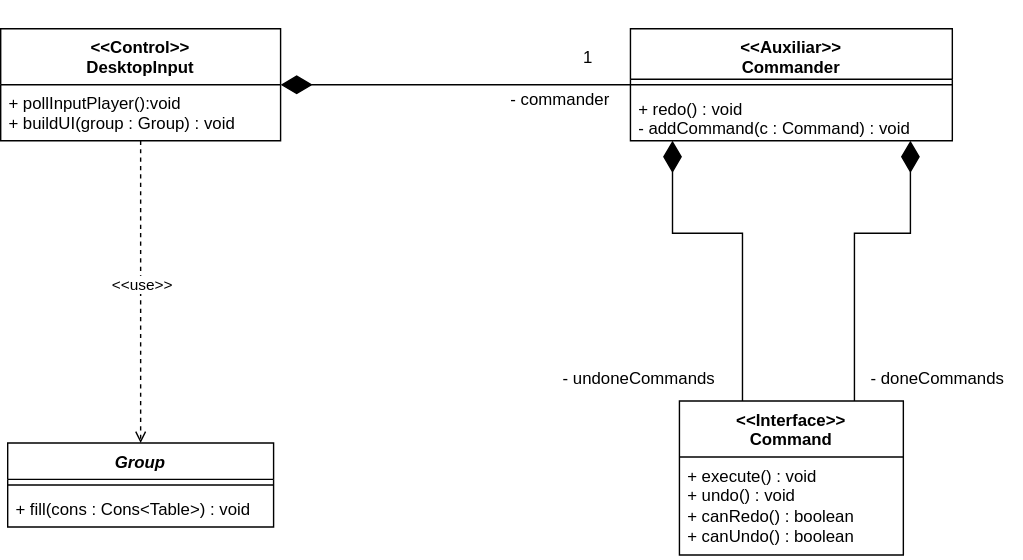
Before: SE202526/Milestone3/UserStory1/Assets/RedoClass.drawio.svg, a diagram exported from draw.io (gabits17/Mindustry-Add-ons-SE-Project). Source tidied: cells renumbered, new cells last; positions are measured from the earlier drawing's top-left corner, leaving out a move shared by most shapes.
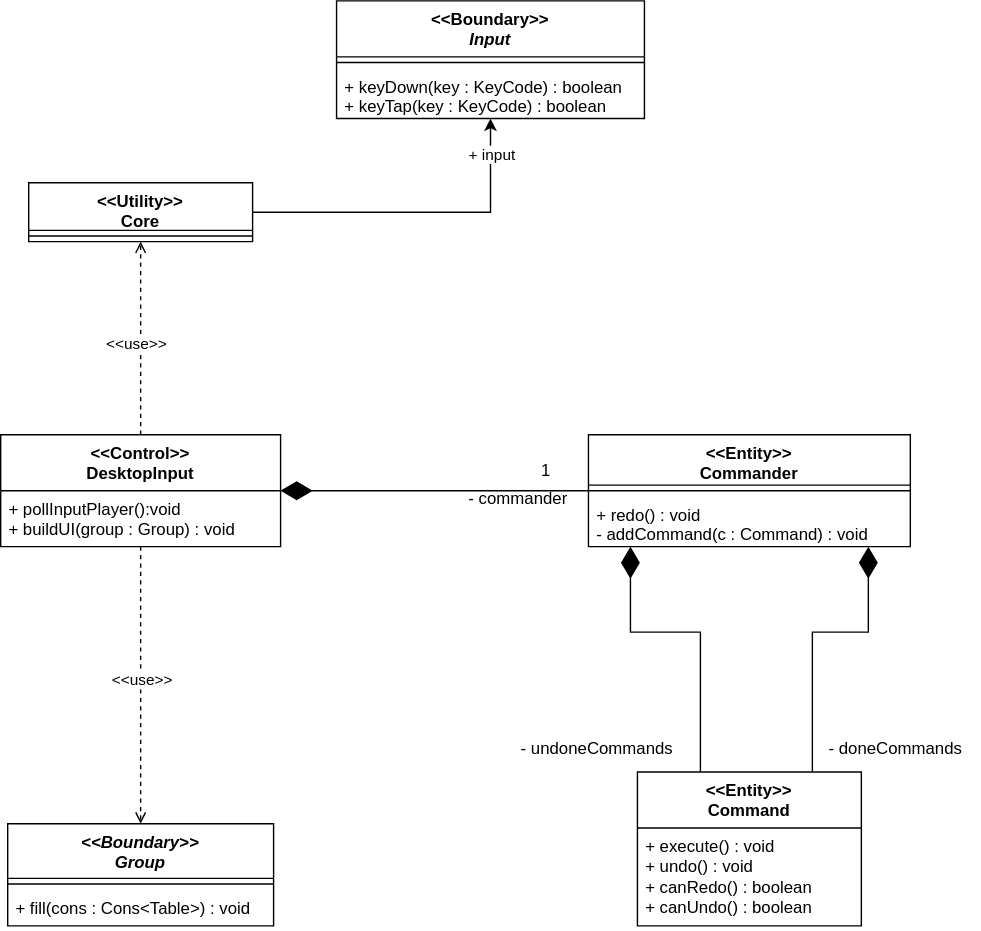
After the change.

Commit message:
All the class diagrams where changed based on the feedback given by the professor

Change to the diagram source:
```diff
@@ -2,77 +2,103 @@
   <root>
     <mxCell id="0" />
     <mxCell id="1" parent="0" />
-    <mxCell id="2" style="edgeStyle=orthogonalEdgeStyle;rounded=0;jettySize=auto;html=1;dashed=1;endArrow=open;endFill=0;" parent="1" edge="1" source="4" target="18">
-      <mxGeometry relative="1" as="geometry" />
-    </mxCell>
-    <mxCell id="3" value="&amp;lt;&amp;lt;use&amp;gt;&amp;gt;" style="edgeLabel;html=1;align=center;verticalAlign=middle;" parent="2" vertex="1">
-      <mxGeometry x="-0.05" y="2" relative="1" as="geometry">
-        <mxPoint x="-2" as="offset" />
-      </mxGeometry>
-    </mxCell>
-    <mxCell id="4" value="&lt;div&gt;&amp;lt;&amp;lt;Control&amp;gt;&amp;gt;&lt;/div&gt;&lt;div&gt;DesktopInput&lt;/div&gt;" style="swimlane;fontStyle=1;align=center;verticalAlign=top;horizontal=1;startSize=40;whiteSpace=wrap;html=1;" parent="1" vertex="1">
-      <mxGeometry y="20" width="200" height="80" as="geometry" />
-    </mxCell>
-    <mxCell id="5" value="&lt;div&gt;+ pollInputPlayer():void&lt;/div&gt;&lt;div&gt;+ buildUI(group : Group) : void&lt;/div&gt;" style="text;strokeColor=none;fillColor=none;align=left;verticalAlign=top;spacingLeft=4;spacingRight=4;overflow=hidden;whiteSpace=wrap;html=1;" parent="4" vertex="1">
-      <mxGeometry y="40" width="200" height="40" as="geometry" />
-    </mxCell>
-    <mxCell id="6" style="edgeStyle=orthogonalEdgeStyle;rounded=0;jettySize=auto;html=1;endArrow=diamondThin;endFill=1;endSize=20;" parent="1" edge="1" source="7" target="4">
-      <mxGeometry relative="1" as="geometry" />
-    </mxCell>
-    <mxCell id="7" value="&lt;div&gt;&amp;lt;&amp;lt;Auxiliar&amp;gt;&amp;gt;&lt;/div&gt;&lt;div&gt;Commander&lt;/div&gt;" style="swimlane;fontStyle=1;align=center;verticalAlign=top;horizontal=1;startSize=36;whiteSpace=wrap;html=1;" parent="1" vertex="1">
-      <mxGeometry x="450" y="20" width="230" height="80" as="geometry" />
-    </mxCell>
+    <mxCell id="22" style="edgeStyle=orthogonalEdgeStyle;rounded=0;jettySize=auto;html=1;endArrow=diamondThin;endFill=1;endSize=20;" parent="1" edge="1" source="23" target="4">
+      <mxGeometry relative="1" as="geometry" />
+    </mxCell>
+    <mxCell id="23" value="&lt;div&gt;&amp;lt;&amp;lt;Entity&amp;gt;&amp;gt;&lt;/div&gt;&lt;div&gt;Commander&lt;/div&gt;" style="swimlane;fontStyle=1;align=center;verticalAlign=top;horizontal=1;startSize=36;whiteSpace=wrap;html=1;" parent="1" vertex="1">
+      <mxGeometry x="1250" y="230" width="230" height="80" as="geometry" />
+    </mxCell>
-    <mxCell id="8" style="line;strokeWidth=1;fillColor=none;align=left;verticalAlign=middle;spacingTop=-1;spacingLeft=3;spacingRight=3;labelPosition=right;strokeColor=inherit;" parent="7" vertex="1">
+    <mxCell id="8" style="line;strokeWidth=1;fillColor=none;align=left;verticalAlign=middle;spacingTop=-1;spacingLeft=3;spacingRight=3;labelPosition=right;strokeColor=inherit;" parent="23" vertex="1">
       <mxGeometry y="36" width="230" height="8" as="geometry" />
     </mxCell>
-    <mxCell id="9" value="&lt;div&gt;+ redo() : void&lt;/div&gt;&lt;div&gt;- addCommand(c : Command) : void&lt;/div&gt;" style="text;strokeColor=none;fillColor=none;align=left;verticalAlign=top;spacingLeft=4;spacingRight=4;overflow=hidden;whiteSpace=wrap;html=1;" parent="7" vertex="1">
+    <mxCell id="9" value="&lt;div&gt;+ redo() : void&lt;/div&gt;&lt;div&gt;- addCommand(c : Command) : void&lt;/div&gt;" style="text;strokeColor=none;fillColor=none;align=left;verticalAlign=top;spacingLeft=4;spacingRight=4;overflow=hidden;whiteSpace=wrap;html=1;" parent="23" vertex="1">
       <mxGeometry y="44" width="230" height="36" as="geometry" />
     </mxCell>
     <mxCell id="10" value="- commander" style="text;html=1;whiteSpace=wrap;strokeColor=none;fillColor=none;align=center;verticalAlign=middle;rounded=0;" parent="1" vertex="1">
-      <mxGeometry x="360" y="56" width="80" height="30" as="geometry" />
+      <mxGeometry x="1160" y="261" width="80" height="30" as="geometry" />
     </mxCell>
-    <mxCell id="11" style="edgeStyle=orthogonalEdgeStyle;rounded=0;jettySize=auto;html=1;endArrow=diamondThin;endFill=1;endSize=20;" parent="1" edge="1" source="13" target="7">
-      <mxGeometry relative="1" as="geometry">
-        <Array as="points">
-          <mxPoint x="530" y="166" />
-          <mxPoint x="480" y="166" />
-        </Array>
-      </mxGeometry>
-    </mxCell>
-    <mxCell id="12" style="edgeStyle=orthogonalEdgeStyle;rounded=0;jettySize=auto;html=1;endArrow=diamondThin;endFill=1;endSize=20;" parent="1" edge="1" source="13" target="7">
-      <mxGeometry relative="1" as="geometry">
-        <Array as="points">
-          <mxPoint x="610" y="166" />
-          <mxPoint x="650" y="166" />
-        </Array>
-      </mxGeometry>
-    </mxCell>
-    <mxCell id="13" value="&lt;div&gt;&amp;lt;&amp;lt;Interface&amp;gt;&amp;gt;&lt;/div&gt;&lt;div&gt;Command&lt;/div&gt;" style="swimlane;fontStyle=1;align=center;verticalAlign=top;horizontal=1;startSize=40;whiteSpace=wrap;html=1;" parent="1" vertex="1">
-      <mxGeometry x="485" y="286" width="160" height="110" as="geometry" />
-    </mxCell>
+    <mxCell id="24" style="edgeStyle=orthogonalEdgeStyle;rounded=0;jettySize=auto;html=1;endArrow=diamondThin;endFill=1;endSize=20;" parent="1" edge="1" source="26" target="23">
+      <mxGeometry relative="1" as="geometry">
+        <Array as="points">
+          <mxPoint x="1330" y="371" />
+          <mxPoint x="1280" y="371" />
+        </Array>
+      </mxGeometry>
+    </mxCell>
+    <mxCell id="25" style="edgeStyle=orthogonalEdgeStyle;rounded=0;jettySize=auto;html=1;endArrow=diamondThin;endFill=1;endSize=20;" parent="1" edge="1" source="26" target="23">
+      <mxGeometry relative="1" as="geometry">
+        <Array as="points">
+          <mxPoint x="1410" y="371" />
+          <mxPoint x="1450" y="371" />
+        </Array>
+      </mxGeometry>
+    </mxCell>
+    <mxCell id="26" value="&lt;div&gt;&amp;lt;&amp;lt;Entity&amp;gt;&amp;gt;&lt;/div&gt;&lt;div&gt;Command&lt;/div&gt;" style="swimlane;fontStyle=1;align=center;verticalAlign=top;horizontal=1;startSize=40;whiteSpace=wrap;html=1;" parent="1" vertex="1">
+      <mxGeometry x="1285" y="471" width="160" height="110" as="geometry" />
+    </mxCell>
-    <mxCell id="14" value="&lt;div&gt;+ execute() : void&lt;/div&gt;&lt;div&gt;+ undo() : void&lt;/div&gt;&lt;div&gt;+ canRedo() : boolean&lt;/div&gt;&lt;div&gt;+ canUndo() : boolean&lt;/div&gt;" style="text;strokeColor=none;fillColor=none;align=left;verticalAlign=top;spacingLeft=4;spacingRight=4;overflow=hidden;whiteSpace=wrap;html=1;" parent="13" vertex="1">
+    <mxCell id="14" value="&lt;div&gt;+ execute() : void&lt;/div&gt;&lt;div&gt;+ undo() : void&lt;/div&gt;&lt;div&gt;+ canRedo() : boolean&lt;/div&gt;&lt;div&gt;+ canUndo() : boolean&lt;/div&gt;" style="text;strokeColor=none;fillColor=none;align=left;verticalAlign=top;spacingLeft=4;spacingRight=4;overflow=hidden;whiteSpace=wrap;html=1;" parent="26" vertex="1">
       <mxGeometry y="40" width="160" height="70" as="geometry" />
     </mxCell>
     <mxCell id="15" value="- doneCommands" style="text;whiteSpace=wrap;html=1;" parent="1" vertex="1">
-      <mxGeometry x="620" y="256" width="110" height="30" as="geometry" />
+      <mxGeometry x="1420" y="441" width="110" height="30" as="geometry" />
     </mxCell>
     <mxCell id="16" value="- undoneCommands&amp;nbsp;" style="text;whiteSpace=wrap;html=1;" parent="1" vertex="1">
-      <mxGeometry x="400" y="256" width="120" height="30" as="geometry" />
+      <mxGeometry x="1200" y="441" width="120" height="30" as="geometry" />
     </mxCell>
-    <mxCell id="17" value="&amp;nbsp;" style="text;whiteSpace=wrap;html=1;" parent="1" vertex="1">
-      <mxGeometry x="30" width="40" height="40" as="geometry" />
-    </mxCell>
-    <mxCell id="18" value="&lt;i&gt;Group&lt;/i&gt;" style="swimlane;fontStyle=1;align=center;verticalAlign=top;horizontal=1;startSize=26;whiteSpace=wrap;html=1;" parent="1" vertex="1">
-      <mxGeometry x="5" y="316" width="190" height="60" as="geometry" />
-    </mxCell>
-    <mxCell id="19" style="line;strokeWidth=1;fillColor=none;align=left;verticalAlign=middle;spacingTop=-1;spacingLeft=3;spacingRight=3;labelPosition=right;strokeColor=inherit;" parent="18" vertex="1">
-      <mxGeometry y="26" width="190" height="8" as="geometry" />
-    </mxCell>
+    <mxCell id="27" style="edgeStyle=orthogonalEdgeStyle;rounded=0;jettySize=auto;html=1;dashed=1;endArrow=open;endFill=0;" parent="1" edge="1" source="4" target="29">
+      <mxGeometry relative="1" as="geometry" />
+    </mxCell>
+    <mxCell id="28" value="&amp;lt;&amp;lt;use&amp;gt;&amp;gt;" style="edgeLabel;html=1;align=center;verticalAlign=middle;" parent="27" vertex="1">
+      <mxGeometry x="-0.05" y="2" relative="1" as="geometry">
+        <mxPoint x="-2" as="offset" />
+      </mxGeometry>
+    </mxCell>
+    <mxCell id="4" value="&lt;div&gt;&amp;lt;&amp;lt;Control&amp;gt;&amp;gt;&lt;/div&gt;&lt;div&gt;DesktopInput&lt;/div&gt;" style="swimlane;fontStyle=1;align=center;verticalAlign=top;horizontal=1;startSize=40;whiteSpace=wrap;html=1;" parent="1" vertex="1">
+      <mxGeometry x="830" y="230" width="200" height="80" as="geometry" />
+    </mxCell>
+    <mxCell id="5" value="&lt;div&gt;+ pollInputPlayer():void&lt;/div&gt;&lt;div&gt;+ buildUI(group : Group) : void&lt;/div&gt;" style="text;strokeColor=none;fillColor=none;align=left;verticalAlign=top;spacingLeft=4;spacingRight=4;overflow=hidden;whiteSpace=wrap;html=1;" parent="4" vertex="1">
+      <mxGeometry y="40" width="200" height="40" as="geometry" />
+    </mxCell>
+    <mxCell id="29" value="&lt;i&gt;&amp;lt;&amp;lt;Boundary&amp;gt;&amp;gt;&lt;/i&gt;&lt;div&gt;&lt;i&gt;Group&lt;/i&gt;&lt;/div&gt;" style="swimlane;fontStyle=1;align=center;verticalAlign=top;horizontal=1;startSize=39;whiteSpace=wrap;html=1;" parent="1" vertex="1">
+      <mxGeometry x="835" y="508" width="190" height="73" as="geometry" />
+    </mxCell>
+    <mxCell id="30" style="line;strokeWidth=1;fillColor=none;align=left;verticalAlign=middle;spacingTop=-1;spacingLeft=3;spacingRight=3;labelPosition=right;strokeColor=inherit;" parent="29" vertex="1">
+      <mxGeometry y="39" width="190" height="8" as="geometry" />
+    </mxCell>
-    <mxCell id="20" value="+ fill(cons : Cons&amp;lt;Table&amp;gt;) : void" style="text;strokeColor=none;fillColor=none;align=left;verticalAlign=top;spacingLeft=4;spacingRight=4;overflow=hidden;whiteSpace=wrap;html=1;" parent="18" vertex="1">
-      <mxGeometry y="34" width="190" height="26" as="geometry" />
+    <mxCell id="20" value="+ fill(cons : Cons&amp;lt;Table&amp;gt;) : void" style="text;strokeColor=none;fillColor=none;align=left;verticalAlign=top;spacingLeft=4;spacingRight=4;overflow=hidden;whiteSpace=wrap;html=1;" parent="29" vertex="1">
+      <mxGeometry y="47" width="190" height="26" as="geometry" />
     </mxCell>
     <mxCell id="21" value="1" style="text;html=1;whiteSpace=wrap;strokeColor=none;fillColor=none;align=center;verticalAlign=middle;rounded=0;" parent="1" vertex="1">
-      <mxGeometry x="390" y="26" width="60" height="30" as="geometry" />
+      <mxGeometry x="1190" y="241" width="60" height="30" as="geometry" />
     </mxCell>
+    <mxCell id="31" style="edgeStyle=orthogonalEdgeStyle;rounded=0;jettySize=auto;html=1;" parent="1" edge="1" source="33" target="37">
+      <mxGeometry relative="1" as="geometry" />
+    </mxCell>
+    <mxCell id="32" value="+ input" style="edgeLabel;html=1;align=center;verticalAlign=middle;" parent="31" vertex="1">
+      <mxGeometry x="0.79" relative="1" as="geometry" />
+    </mxCell>
+    <mxCell id="33" value="&lt;div&gt;&amp;lt;&amp;lt;Utility&amp;gt;&amp;gt;&lt;/div&gt;&lt;div&gt;Core&lt;/div&gt;" style="swimlane;fontStyle=1;align=center;verticalAlign=top;horizontal=1;startSize=34;whiteSpace=wrap;html=1;" parent="1" vertex="1">
+      <mxGeometry x="850" y="50" width="160" height="42" as="geometry" />
+    </mxCell>
+    <mxCell id="34" style="line;strokeWidth=1;fillColor=none;align=left;verticalAlign=middle;spacingTop=-1;spacingLeft=3;spacingRight=3;labelPosition=right;strokeColor=inherit;" parent="33" vertex="1">
+      <mxGeometry y="34" width="160" height="8" as="geometry" />
+    </mxCell>
+    <mxCell id="35" style="edgeStyle=orthogonalEdgeStyle;rounded=0;jettySize=auto;html=1;dashed=1;endArrow=open;endFill=0;" parent="1" edge="1" source="4" target="33">
+      <mxGeometry relative="1" as="geometry" />
+    </mxCell>
+    <mxCell id="36" value="&amp;lt;&amp;lt;use&amp;gt;&amp;gt;" style="edgeLabel;html=1;align=center;verticalAlign=middle;" parent="35" vertex="1">
+      <mxGeometry x="-0.05" y="2" relative="1" as="geometry">
+        <mxPoint x="-2" as="offset" />
+      </mxGeometry>
+    </mxCell>
+    <mxCell id="37" value="&amp;lt;&amp;lt;Boundary&amp;gt;&amp;gt;&lt;div&gt;&lt;i&gt;Input&lt;/i&gt;&lt;/div&gt;" style="swimlane;fontStyle=1;align=center;verticalAlign=top;horizontal=1;startSize=40;whiteSpace=wrap;html=1;" parent="1" vertex="1">
+      <mxGeometry x="1070" y="-80" width="220" height="84" as="geometry" />
+    </mxCell>
+    <mxCell id="38" style="line;strokeWidth=1;fillColor=none;align=left;verticalAlign=middle;spacingTop=-1;spacingLeft=3;spacingRight=3;labelPosition=right;strokeColor=inherit;" parent="37" vertex="1">
+      <mxGeometry y="40" width="220" height="8" as="geometry" />
+    </mxCell>
+    <mxCell id="39" value="&lt;div&gt;+ keyDown(key : KeyCode) : boolean&lt;/div&gt;&lt;div&gt;+ keyTap(key : KeyCode) : boolean&lt;/div&gt;" style="text;strokeColor=none;fillColor=none;align=left;verticalAlign=top;spacingLeft=4;spacingRight=4;overflow=hidden;whiteSpace=wrap;html=1;" parent="37" vertex="1">
+      <mxGeometry y="48" width="220" height="36" as="geometry" />
+    </mxCell>
   </root>
 </mxGraphModel>
```
